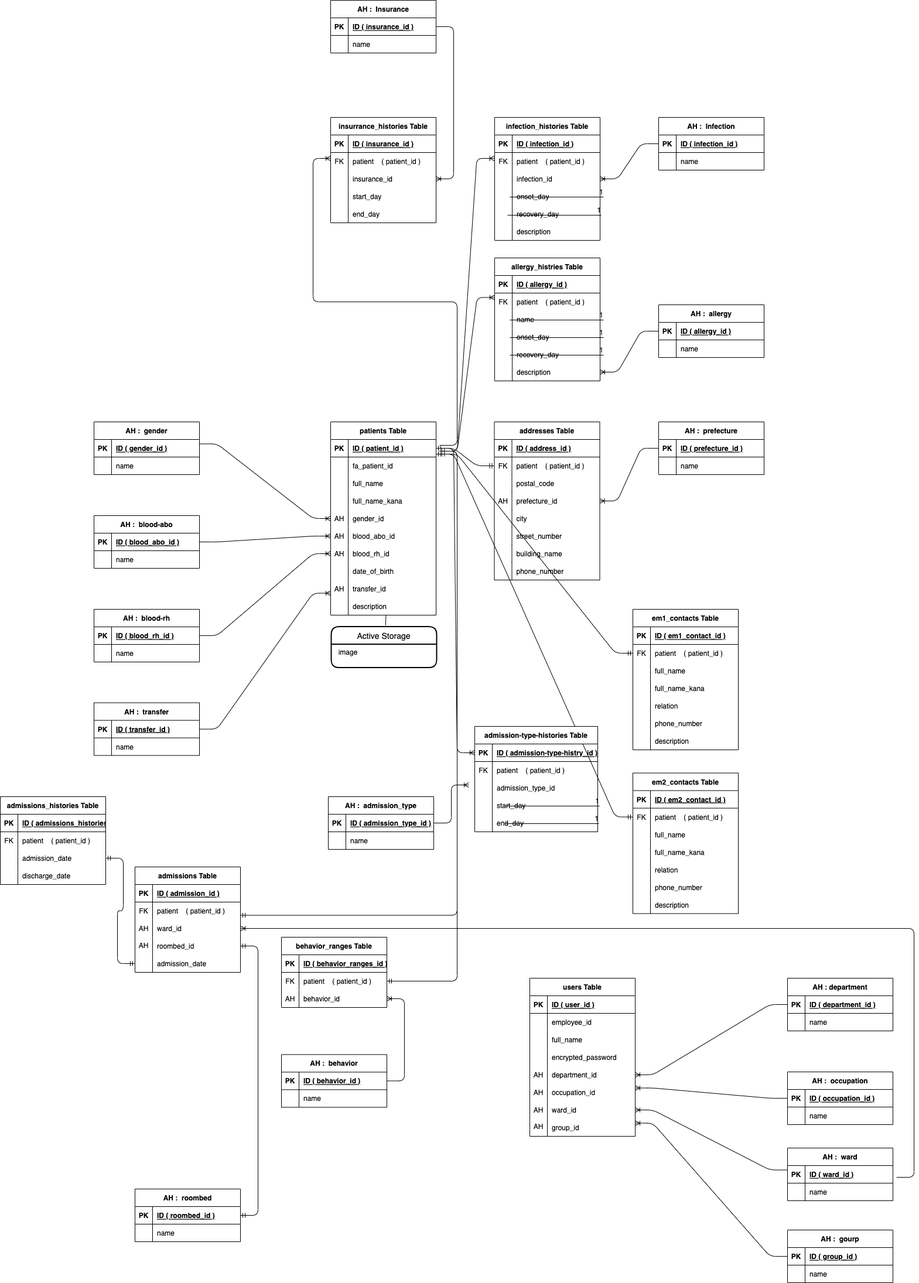
Koi115/ekar keeps this draw.io diagram as ER.png. Above is the earlier version. Source tidied: cells renumbered, new cells last; positions are measured from the earlier drawing's top-left corner, leaving out a move shared by most shapes.
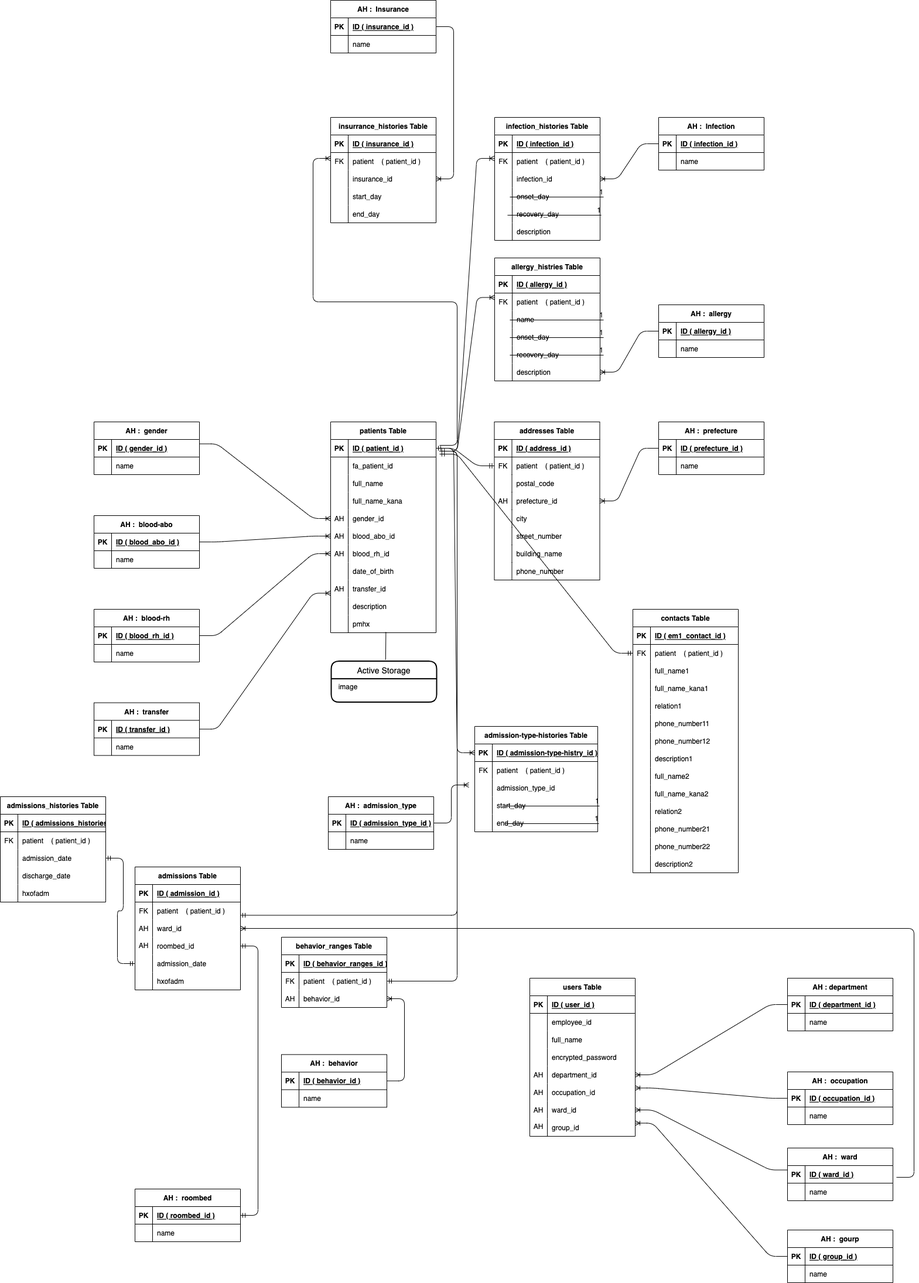
The same file after the commit.

Change to the diagram source:
```diff
@@ -161,3 +161,3 @@
     <mxCell id="54" value="patients Table" style="shape=table;startSize=30;rowLines=0;fontStyle=1;align=center;" parent="1" vertex="1">
-      <mxGeometry x="564" y="720" width="180" height="330" as="geometry" />
+      <mxGeometry x="564" y="720" width="180" height="360" as="geometry" />
     </mxCell>
@@ -253,4 +253,13 @@
     </mxCell>
+    <mxCell id="398" style="shape=tableRow;horizontal=0;startSize=0;swimlaneHead=0;swimlaneBody=0;fillColor=none;top=0;left=0;right=0;bottom=0;" parent="54" vertex="1">
+      <mxGeometry y="330" width="180" height="30" as="geometry" />
+    </mxCell>
+    <mxCell id="399" style="shape=partialRectangle;fillColor=none;top=0;left=0;bottom=0;right=0;overflow=hidden;" parent="398" vertex="1">
+      <mxGeometry width="30" height="30" as="geometry" />
+    </mxCell>
+    <mxCell id="400" value="pmhx" style="shape=partialRectangle;fillColor=none;top=0;left=0;bottom=0;right=0;align=left;spacingLeft=6;overflow=hidden;" parent="398" vertex="1">
+      <mxGeometry x="30" width="150" height="30" as="geometry" />
+    </mxCell>
     <mxCell id="85" value="Active Storage" style="swimlane;horizontal=1;startSize=30;rounded=1;fontSize=14;fontStyle=0;strokeWidth=2;shadow=0;dashed=0;align=center;" parent="1" vertex="1">
-      <mxGeometry x="565" y="1069.6" width="180" height="70" as="geometry" />
+      <mxGeometry x="565" y="1128.6" width="180" height="70" as="geometry" />
     </mxCell>
@@ -259,6 +268,4 @@
     </mxCell>
-    <mxCell id="87" style="endArrow=none;html=1;rounded=0;exitX=0.516;exitY=-0.034;exitDx=0;exitDy=0;entryX=0.519;entryY=1.013;entryDx=0;entryDy=0;entryPerimeter=0;exitPerimeter=0;" parent="1" edge="1" source="85">
-      <mxGeometry relative="1" as="geometry">
-        <mxPoint x="658.4" y="1050" as="targetPoint" />
-      </mxGeometry>
+    <mxCell id="87" style="endArrow=none;html=1;rounded=0;exitX=0.516;exitY=-0.034;exitDx=0;exitDy=0;exitPerimeter=0;entryX=0.429;entryY=0.953;entryDx=0;entryDy=0;entryPerimeter=0;" parent="1" edge="1" source="85" target="400">
+      <mxGeometry relative="1" as="geometry" />
     </mxCell>
@@ -462,4 +469,4 @@
     </mxCell>
-    <mxCell id="154" value="em1_contacts Table" style="shape=table;startSize=30;rowLines=0;fontStyle=1;align=center;" parent="1" vertex="1">
-      <mxGeometry x="1080" y="1040" width="180" height="240" as="geometry" />
+    <mxCell id="154" value="contacts Table" style="shape=table;startSize=30;rowLines=0;fontStyle=1;align=center;" parent="1" vertex="1">
+      <mxGeometry x="1080" y="1040" width="180" height="450" as="geometry" />
     </mxCell>
@@ -489,3 +496,3 @@
     </mxCell>
-    <mxCell id="163" value="full_name" style="shape=partialRectangle;fillColor=none;top=0;left=0;bottom=0;right=0;align=left;spacingLeft=6;overflow=hidden;" parent="161" vertex="1">
+    <mxCell id="163" value="full_name1" style="shape=partialRectangle;fillColor=none;top=0;left=0;bottom=0;right=0;align=left;spacingLeft=6;overflow=hidden;" parent="161" vertex="1">
       <mxGeometry x="30" width="150" height="30" as="geometry" />
@@ -498,3 +505,3 @@
     </mxCell>
-    <mxCell id="166" value="full_name_kana" style="shape=partialRectangle;fillColor=none;top=0;left=0;bottom=0;right=0;align=left;spacingLeft=6;overflow=hidden;" parent="164" vertex="1">
+    <mxCell id="166" value="full_name_kana1" style="shape=partialRectangle;fillColor=none;top=0;left=0;bottom=0;right=0;align=left;spacingLeft=6;overflow=hidden;" parent="164" vertex="1">
       <mxGeometry x="30" width="150" height="30" as="geometry" />
@@ -507,3 +514,3 @@
     </mxCell>
-    <mxCell id="169" value="relation" style="shape=partialRectangle;fillColor=none;top=0;left=0;bottom=0;right=0;align=left;spacingLeft=6;fontStyle=0;overflow=hidden;" parent="167" vertex="1">
+    <mxCell id="169" value="relation1" style="shape=partialRectangle;fillColor=none;top=0;left=0;bottom=0;right=0;align=left;spacingLeft=6;fontStyle=0;overflow=hidden;" parent="167" vertex="1">
       <mxGeometry x="30" width="150" height="30" as="geometry" />
@@ -516,7 +523,16 @@
     </mxCell>
-    <mxCell id="172" value="phone_number" style="shape=partialRectangle;fillColor=none;top=0;left=0;bottom=0;right=0;align=left;spacingLeft=6;overflow=hidden;" parent="170" vertex="1">
+    <mxCell id="172" value="phone_number11" style="shape=partialRectangle;fillColor=none;top=0;left=0;bottom=0;right=0;align=left;spacingLeft=6;overflow=hidden;" parent="170" vertex="1">
       <mxGeometry x="30" width="150" height="30" as="geometry" />
     </mxCell>
+    <mxCell id="201" style="shape=tableRow;horizontal=0;startSize=0;swimlaneHead=0;swimlaneBody=0;fillColor=none;top=0;left=0;right=0;bottom=0;" parent="154" vertex="1">
+      <mxGeometry y="210" width="180" height="30" as="geometry" />
+    </mxCell>
+    <mxCell id="401" style="shape=partialRectangle;fillColor=none;top=0;left=0;bottom=0;right=0;overflow=hidden;" parent="201" vertex="1">
+      <mxGeometry width="30" height="30" as="geometry" />
+    </mxCell>
+    <mxCell id="402" value="phone_number12" style="shape=partialRectangle;fillColor=none;top=0;left=0;bottom=0;right=0;align=left;spacingLeft=6;overflow=hidden;" parent="201" vertex="1">
+      <mxGeometry x="30" width="150" height="30" as="geometry" />
+    </mxCell>
     <mxCell id="173" style="shape=tableRow;horizontal=0;startSize=0;swimlaneHead=0;swimlaneBody=0;fillColor=none;top=0;left=0;right=0;bottom=0;" parent="154" vertex="1">
-      <mxGeometry y="210" width="180" height="30" as="geometry" />
+      <mxGeometry y="240" width="180" height="30" as="geometry" />
     </mxCell>
@@ -525,5 +541,59 @@
     </mxCell>
-    <mxCell id="175" value="description" style="shape=partialRectangle;fillColor=none;top=0;left=0;bottom=0;right=0;align=left;spacingLeft=6;overflow=hidden;" parent="173" vertex="1">
+    <mxCell id="175" value="description1" style="shape=partialRectangle;fillColor=none;top=0;left=0;bottom=0;right=0;align=left;spacingLeft=6;overflow=hidden;" parent="173" vertex="1">
       <mxGeometry x="30" width="150" height="30" as="geometry" />
     </mxCell>
+    <mxCell id="403" style="shape=tableRow;horizontal=0;startSize=0;swimlaneHead=0;swimlaneBody=0;fillColor=none;top=0;left=0;right=0;bottom=0;" parent="154" vertex="1">
+      <mxGeometry y="270" width="180" height="30" as="geometry" />
+    </mxCell>
+    <mxCell id="404" style="shape=partialRectangle;fillColor=none;top=0;left=0;bottom=0;right=0;overflow=hidden;" parent="403" vertex="1">
+      <mxGeometry width="30" height="30" as="geometry" />
+    </mxCell>
+    <mxCell id="405" value="full_name2" style="shape=partialRectangle;fillColor=none;top=0;left=0;bottom=0;right=0;align=left;spacingLeft=6;overflow=hidden;" parent="403" vertex="1">
+      <mxGeometry x="30" width="150" height="30" as="geometry" />
+    </mxCell>
+    <mxCell id="406" style="shape=tableRow;horizontal=0;startSize=0;swimlaneHead=0;swimlaneBody=0;fillColor=none;top=0;left=0;right=0;bottom=0;" parent="154" vertex="1">
+      <mxGeometry y="300" width="180" height="30" as="geometry" />
+    </mxCell>
+    <mxCell id="407" style="shape=partialRectangle;fillColor=none;top=0;left=0;bottom=0;right=0;overflow=hidden;" parent="406" vertex="1">
+      <mxGeometry width="30" height="30" as="geometry" />
+    </mxCell>
+    <mxCell id="408" value="full_name_kana2" style="shape=partialRectangle;fillColor=none;top=0;left=0;bottom=0;right=0;align=left;spacingLeft=6;overflow=hidden;" parent="406" vertex="1">
+      <mxGeometry x="30" width="150" height="30" as="geometry" />
+    </mxCell>
+    <mxCell id="409" style="shape=tableRow;horizontal=0;startSize=0;swimlaneHead=0;swimlaneBody=0;fillColor=none;top=0;left=0;right=0;bottom=0;" parent="154" vertex="1">
+      <mxGeometry y="330" width="180" height="30" as="geometry" />
+    </mxCell>
+    <mxCell id="196" style="shape=partialRectangle;fillColor=none;top=0;left=0;bottom=0;right=0;fontStyle=0;overflow=hidden;" parent="409" vertex="1">
+      <mxGeometry width="30" height="30" as="geometry" />
+    </mxCell>
+    <mxCell id="410" value="relation2" style="shape=partialRectangle;fillColor=none;top=0;left=0;bottom=0;right=0;align=left;spacingLeft=6;fontStyle=0;overflow=hidden;" parent="409" vertex="1">
+      <mxGeometry x="30" width="150" height="30" as="geometry" />
+    </mxCell>
+    <mxCell id="411" style="shape=tableRow;horizontal=0;startSize=0;swimlaneHead=0;swimlaneBody=0;fillColor=none;top=0;left=0;right=0;bottom=0;" parent="154" vertex="1">
+      <mxGeometry y="360" width="180" height="30" as="geometry" />
+    </mxCell>
+    <mxCell id="412" style="shape=partialRectangle;fillColor=none;top=0;left=0;bottom=0;right=0;overflow=hidden;" parent="411" vertex="1">
+      <mxGeometry width="30" height="30" as="geometry" />
+    </mxCell>
+    <mxCell id="413" value="phone_number21" style="shape=partialRectangle;fillColor=none;top=0;left=0;bottom=0;right=0;align=left;spacingLeft=6;overflow=hidden;" parent="411" vertex="1">
+      <mxGeometry x="30" width="150" height="30" as="geometry" />
+    </mxCell>
+    <mxCell id="414" style="shape=tableRow;horizontal=0;startSize=0;swimlaneHead=0;swimlaneBody=0;fillColor=none;top=0;left=0;right=0;bottom=0;" parent="154" vertex="1">
+      <mxGeometry y="390" width="180" height="30" as="geometry" />
+    </mxCell>
+    <mxCell id="415" style="shape=partialRectangle;fillColor=none;top=0;left=0;bottom=0;right=0;overflow=hidden;" parent="414" vertex="1">
+      <mxGeometry width="30" height="30" as="geometry" />
+    </mxCell>
+    <mxCell id="416" value="phone_number22" style="shape=partialRectangle;fillColor=none;top=0;left=0;bottom=0;right=0;align=left;spacingLeft=6;overflow=hidden;" parent="414" vertex="1">
+      <mxGeometry x="30" width="150" height="30" as="geometry" />
+    </mxCell>
+    <mxCell id="417" style="shape=tableRow;horizontal=0;startSize=0;swimlaneHead=0;swimlaneBody=0;fillColor=none;top=0;left=0;right=0;bottom=0;" parent="154" vertex="1">
+      <mxGeometry y="420" width="180" height="30" as="geometry" />
+    </mxCell>
+    <mxCell id="418" style="shape=partialRectangle;fillColor=none;top=0;left=0;bottom=0;right=0;overflow=hidden;" parent="417" vertex="1">
+      <mxGeometry width="30" height="30" as="geometry" />
+    </mxCell>
+    <mxCell id="419" value="description2" style="shape=partialRectangle;fillColor=none;top=0;left=0;bottom=0;right=0;align=left;spacingLeft=6;overflow=hidden;" parent="417" vertex="1">
+      <mxGeometry x="30" width="150" height="30" as="geometry" />
+    </mxCell>
     <mxCell id="176" style="edgeStyle=entityRelationEdgeStyle;fontSize=12;html=1;endArrow=ERmandOne;startArrow=ERmandOne;entryX=0;entryY=0.5;entryDx=0;entryDy=0;" parent="1" edge="1" target="159">
@@ -548,73 +618,2 @@
     </mxCell>
-    <mxCell id="182" value="em2_contacts Table" style="shape=table;startSize=30;rowLines=0;fontStyle=1;align=center;" parent="1" vertex="1">
-      <mxGeometry x="1080" y="1319.6" width="180" height="240" as="geometry" />
-    </mxCell>
-    <mxCell id="183" style="shape=tableRow;horizontal=0;startSize=0;swimlaneHead=0;swimlaneBody=0;fillColor=none;top=0;left=0;right=0;bottom=1;" parent="182" vertex="1">
-      <mxGeometry y="30" width="180" height="30" as="geometry" />
-    </mxCell>
-    <mxCell id="184" value="PK" style="shape=partialRectangle;fillColor=none;top=0;left=0;bottom=0;right=0;fontStyle=1;overflow=hidden;" parent="183" vertex="1">
-      <mxGeometry width="30" height="30" as="geometry" />
-    </mxCell>
-    <mxCell id="185" value="ID ( em2_contact_id )" style="shape=partialRectangle;fillColor=none;top=0;left=0;bottom=0;right=0;align=left;spacingLeft=6;fontStyle=5;overflow=hidden;" parent="183" vertex="1">
-      <mxGeometry x="30" width="150" height="30" as="geometry" />
-    </mxCell>
-    <mxCell id="186" style="shape=tableRow;horizontal=0;startSize=0;swimlaneHead=0;swimlaneBody=0;fillColor=none;top=0;left=0;right=0;bottom=0;" parent="182" vertex="1">
-      <mxGeometry y="60" width="180" height="30" as="geometry" />
-    </mxCell>
-    <mxCell id="187" value="FK" style="shape=partialRectangle;fillColor=none;top=0;left=0;bottom=0;right=0;fontStyle=0;overflow=hidden;" parent="186" vertex="1">
-      <mxGeometry width="30" height="30" as="geometry" />
-    </mxCell>
-    <mxCell id="188" value="patient    ( patient_id )" style="shape=partialRectangle;fillColor=none;top=0;left=0;bottom=0;right=0;align=left;spacingLeft=6;fontStyle=0;overflow=hidden;" parent="186" vertex="1">
-      <mxGeometry x="30" width="150" height="30" as="geometry" />
-    </mxCell>
-    <mxCell id="189" style="shape=tableRow;horizontal=0;startSize=0;swimlaneHead=0;swimlaneBody=0;fillColor=none;top=0;left=0;right=0;bottom=0;" parent="182" vertex="1">
-      <mxGeometry y="90" width="180" height="30" as="geometry" />
-    </mxCell>
-    <mxCell id="190" style="shape=partialRectangle;fillColor=none;top=0;left=0;bottom=0;right=0;overflow=hidden;" parent="189" vertex="1">
-      <mxGeometry width="30" height="30" as="geometry" />
-    </mxCell>
-    <mxCell id="191" value="full_name" style="shape=partialRectangle;fillColor=none;top=0;left=0;bottom=0;right=0;align=left;spacingLeft=6;overflow=hidden;" parent="189" vertex="1">
-      <mxGeometry x="30" width="150" height="30" as="geometry" />
-    </mxCell>
-    <mxCell id="192" style="shape=tableRow;horizontal=0;startSize=0;swimlaneHead=0;swimlaneBody=0;fillColor=none;top=0;left=0;right=0;bottom=0;" parent="182" vertex="1">
-      <mxGeometry y="120" width="180" height="30" as="geometry" />
-    </mxCell>
-    <mxCell id="193" style="shape=partialRectangle;fillColor=none;top=0;left=0;bottom=0;right=0;overflow=hidden;" parent="192" vertex="1">
-      <mxGeometry width="30" height="30" as="geometry" />
-    </mxCell>
-    <mxCell id="194" value="full_name_kana" style="shape=partialRectangle;fillColor=none;top=0;left=0;bottom=0;right=0;align=left;spacingLeft=6;overflow=hidden;" parent="192" vertex="1">
-      <mxGeometry x="30" width="150" height="30" as="geometry" />
-    </mxCell>
-    <mxCell id="195" style="shape=tableRow;horizontal=0;startSize=0;swimlaneHead=0;swimlaneBody=0;fillColor=none;top=0;left=0;right=0;bottom=0;" parent="182" vertex="1">
-      <mxGeometry y="150" width="180" height="30" as="geometry" />
-    </mxCell>
-    <mxCell id="196" style="shape=partialRectangle;fillColor=none;top=0;left=0;bottom=0;right=0;fontStyle=0;overflow=hidden;" parent="195" vertex="1">
-      <mxGeometry width="30" height="30" as="geometry" />
-    </mxCell>
-    <mxCell id="197" value="relation" style="shape=partialRectangle;fillColor=none;top=0;left=0;bottom=0;right=0;align=left;spacingLeft=6;fontStyle=0;overflow=hidden;" parent="195" vertex="1">
-      <mxGeometry x="30" width="150" height="30" as="geometry" />
-    </mxCell>
-    <mxCell id="198" style="shape=tableRow;horizontal=0;startSize=0;swimlaneHead=0;swimlaneBody=0;fillColor=none;top=0;left=0;right=0;bottom=0;" parent="182" vertex="1">
-      <mxGeometry y="180" width="180" height="30" as="geometry" />
-    </mxCell>
-    <mxCell id="199" style="shape=partialRectangle;fillColor=none;top=0;left=0;bottom=0;right=0;overflow=hidden;" parent="198" vertex="1">
-      <mxGeometry width="30" height="30" as="geometry" />
-    </mxCell>
-    <mxCell id="200" value="phone_number" style="shape=partialRectangle;fillColor=none;top=0;left=0;bottom=0;right=0;align=left;spacingLeft=6;overflow=hidden;" parent="198" vertex="1">
-      <mxGeometry x="30" width="150" height="30" as="geometry" />
-    </mxCell>
-    <mxCell id="201" style="shape=tableRow;horizontal=0;startSize=0;swimlaneHead=0;swimlaneBody=0;fillColor=none;top=0;left=0;right=0;bottom=0;" parent="182" vertex="1">
-      <mxGeometry y="210" width="180" height="30" as="geometry" />
-    </mxCell>
-    <mxCell id="202" style="shape=partialRectangle;fillColor=none;top=0;left=0;bottom=0;right=0;overflow=hidden;" parent="201" vertex="1">
-      <mxGeometry width="30" height="30" as="geometry" />
-    </mxCell>
-    <mxCell id="203" value="description" style="shape=partialRectangle;fillColor=none;top=0;left=0;bottom=0;right=0;align=left;spacingLeft=6;overflow=hidden;" parent="201" vertex="1">
-      <mxGeometry x="30" width="150" height="30" as="geometry" />
-    </mxCell>
-    <mxCell id="204" style="edgeStyle=entityRelationEdgeStyle;fontSize=12;html=1;endArrow=ERmandOne;startArrow=ERmandOne;entryX=0;entryY=0.5;entryDx=0;entryDy=0;" parent="1" edge="1" target="187">
-      <mxGeometry relative="1" as="geometry">
-        <mxPoint x="744" y="775" as="sourcePoint" />
-      </mxGeometry>
-    </mxCell>
     <mxCell id="205" value="allergy_histries Table" style="shape=table;startSize=30;rowLines=0;fontStyle=1;align=center;" parent="1" vertex="1">
@@ -924,3 +923,3 @@
     <mxCell id="303" value="admissions Table" style="shape=table;startSize=30;rowLines=0;fontStyle=1;align=center;" parent="1" vertex="1">
-      <mxGeometry x="230" y="1480" width="180" height="180" as="geometry" />
+      <mxGeometry x="230" y="1480" width="180" height="210" as="geometry" />
     </mxCell>
@@ -971,2 +970,11 @@
     </mxCell>
+    <mxCell id="198" style="shape=tableRow;horizontal=0;startSize=0;swimlaneHead=0;swimlaneBody=0;fillColor=none;top=0;left=0;right=0;bottom=0;" parent="303" vertex="1">
+      <mxGeometry y="180" width="180" height="30" as="geometry" />
+    </mxCell>
+    <mxCell id="420" style="shape=partialRectangle;fillColor=none;top=0;left=0;bottom=0;right=0;overflow=hidden;" parent="198" vertex="1">
+      <mxGeometry width="30" height="30" as="geometry" />
+    </mxCell>
+    <mxCell id="421" value="hxofadm" style="shape=partialRectangle;fillColor=none;top=0;left=0;bottom=0;right=0;align=left;spacingLeft=6;overflow=hidden;" parent="198" vertex="1">
+      <mxGeometry x="30" width="150" height="30" as="geometry" />
+    </mxCell>
     <mxCell id="319" style="edgeStyle=entityRelationEdgeStyle;fontSize=12;html=1;endArrow=ERmandOne;startArrow=ERmandOne;entryX=1;entryY=0.75;entryDx=0;entryDy=0;" parent="1" edge="1" target="309">
@@ -1186,3 +1194,3 @@
     <mxCell id="382" value="admissions_histories Table" style="shape=table;startSize=30;rowLines=0;fontStyle=1;align=center;" parent="1" vertex="1">
-      <mxGeometry y="1360" width="180" height="150" as="geometry" />
+      <mxGeometry y="1360" width="180" height="180" as="geometry" />
     </mxCell>
@@ -1224,2 +1232,11 @@
     </mxCell>
+    <mxCell id="195" style="shape=tableRow;horizontal=0;startSize=0;swimlaneHead=0;swimlaneBody=0;fillColor=none;top=0;left=0;right=0;bottom=0;" parent="382" vertex="1">
+      <mxGeometry y="150" width="180" height="30" as="geometry" />
+    </mxCell>
+    <mxCell id="422" style="shape=partialRectangle;fillColor=none;top=0;left=0;bottom=0;right=0;overflow=hidden;" parent="195" vertex="1">
+      <mxGeometry width="30" height="30" as="geometry" />
+    </mxCell>
+    <mxCell id="423" value="hxofadm" style="shape=partialRectangle;fillColor=none;top=0;left=0;bottom=0;right=0;align=left;spacingLeft=6;overflow=hidden;" parent="195" vertex="1">
+      <mxGeometry x="30" width="150" height="30" as="geometry" />
+    </mxCell>
     <mxCell id="395" style="edgeStyle=none;html=1;" parent="1" edge="1" target="391">
```
